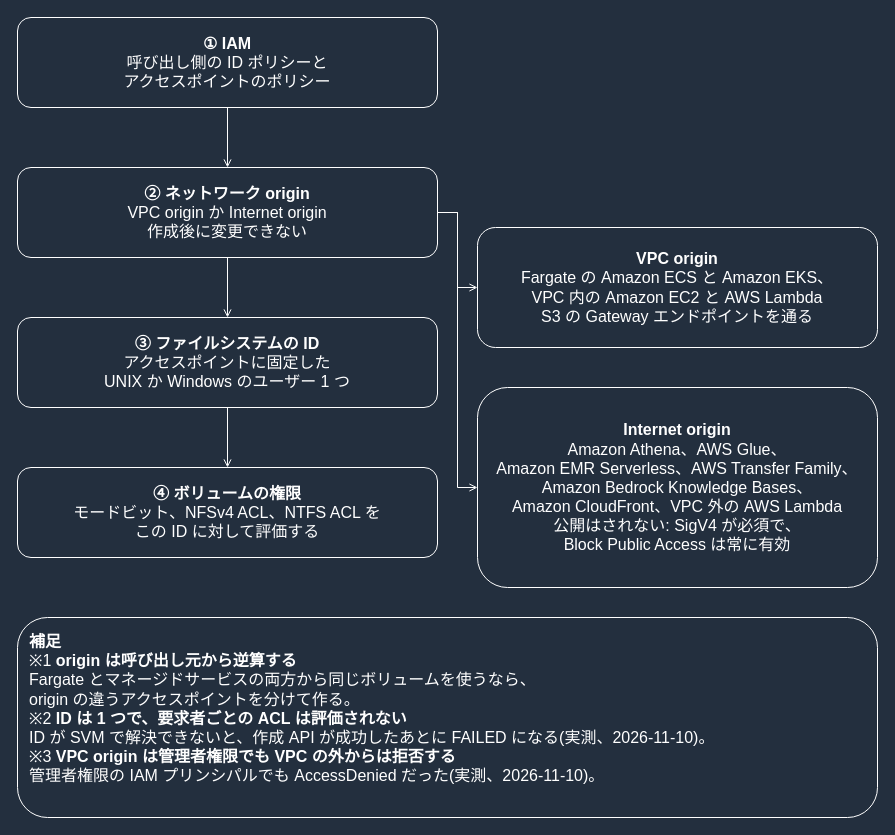
Earlier version of the draw.io diagram docs/_assets/diagrams/s3ap-request-path-dark.drawio (Yoshiki0705/FSx-for-ONTAP-Container-Datastore-Patterns). Source tidied: cells renumbered, new cells numbered last; positions are measured from the earlier drawing's top-left corner, leaving out a move shared by most shapes. Both pictures are drawn from the tidied source at 100%, with x=0, y=0 at pixel (17, 17).
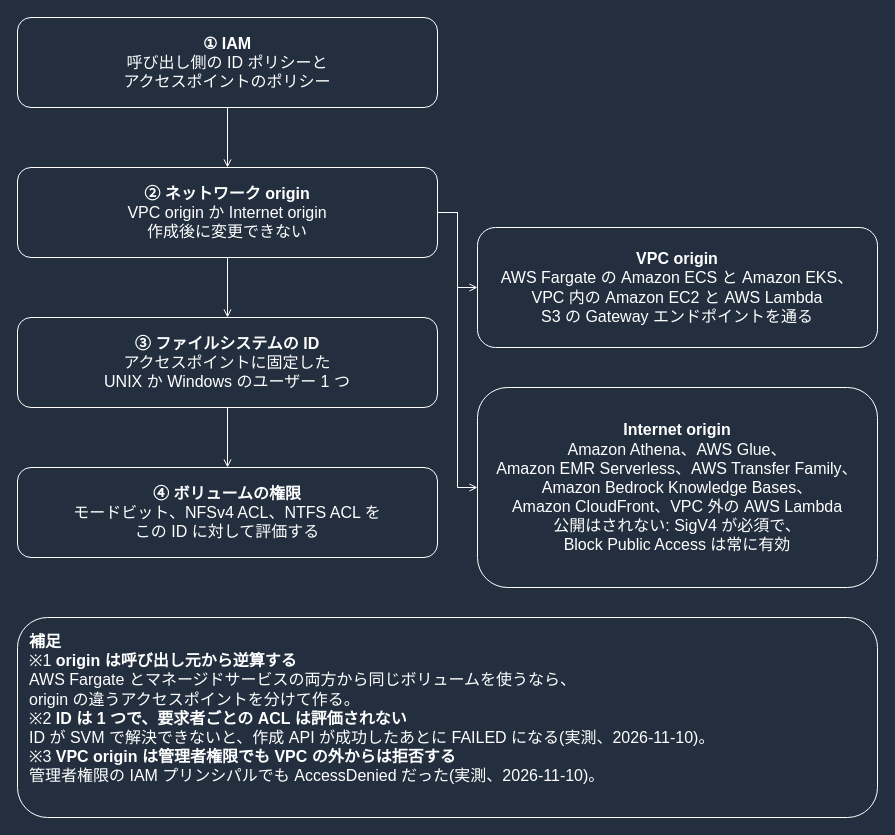
The same diagram, later.

The edit, as a diff of the source:
```diff
@@
 <mxGraphModel background="#232F3E">
   <root>
     <mxCell id="0" />
     <mxCell id="1" parent="0" />
     <mxCell id="2" style="edgeStyle=orthogonalEdgeStyle;rounded=0;html=1;endArrow=open;endFill=0;strokeColor=#FFFFFF;strokeWidth=1;fontSize=16;fontColor=#FFFFFF;labelBackgroundColor=#232F3E;exitX=0.5;exitY=1.0;exitDx=0;exitDy=0;entryX=0.5;entryY=0.0;entryDx=0;entryDy=0;" parent="1" edge="1" source="7" target="8">
       <mxGeometry relative="1" as="geometry" />
     </mxCell>
     <mxCell id="3" style="edgeStyle=orthogonalEdgeStyle;rounded=0;html=1;endArrow=open;endFill=0;strokeColor=#FFFFFF;strokeWidth=1;fontSize=16;fontColor=#FFFFFF;labelBackgroundColor=#232F3E;exitX=0.5;exitY=1.0;exitDx=0;exitDy=0;entryX=0.5;entryY=0.0;entryDx=0;entryDy=0;" parent="1" edge="1" source="8" target="9">
       <mxGeometry relative="1" as="geometry" />
     </mxCell>
     <mxCell id="4" style="edgeStyle=orthogonalEdgeStyle;rounded=0;html=1;endArrow=open;endFill=0;strokeColor=#FFFFFF;strokeWidth=1;fontSize=16;fontColor=#FFFFFF;labelBackgroundColor=#232F3E;exitX=0.5;exitY=1.0;exitDx=0;exitDy=0;entryX=0.5;entryY=0.0;entryDx=0;entryDy=0;" parent="1" edge="1" source="9" target="10">
       <mxGeometry relative="1" as="geometry" />
     </mxCell>
     <mxCell id="5" style="edgeStyle=orthogonalEdgeStyle;rounded=0;html=1;endArrow=open;endFill=0;strokeColor=#FFFFFF;strokeWidth=1;fontSize=16;fontColor=#FFFFFF;labelBackgroundColor=#232F3E;exitX=1.0;exitY=0.5;exitDx=0;exitDy=0;entryX=0.0;entryY=0.5;entryDx=0;entryDy=0;" parent="1" edge="1" source="8" target="11">
       <mxGeometry relative="1" as="geometry" />
     </mxCell>
     <mxCell id="6" style="edgeStyle=orthogonalEdgeStyle;rounded=0;html=1;endArrow=open;endFill=0;strokeColor=#FFFFFF;strokeWidth=1;fontSize=16;fontColor=#FFFFFF;labelBackgroundColor=#232F3E;exitX=1.0;exitY=0.5;exitDx=0;exitDy=0;entryX=0.0;entryY=0.5;entryDx=0;entryDy=0;" parent="1" edge="1" source="8" target="12">
       <mxGeometry relative="1" as="geometry" />
     </mxCell>
     <mxCell id="7" value="&lt;b&gt;① IAM&lt;/b&gt;&lt;br&gt;呼び出し側の ID ポリシーと&lt;br&gt;アクセスポイントのポリシー" style="rounded=1;whiteSpace=wrap;html=1;strokeColor=#FFFFFF;fillColor=none;fontColor=#FFFFFF;fontSize=16;verticalAlign=middle;align=center;" parent="1" vertex="1">
       <mxGeometry width="420" height="90" as="geometry" />
     </mxCell>
     <mxCell id="8" value="&lt;b&gt;② ネットワーク origin&lt;/b&gt;&lt;br&gt;VPC origin か Internet origin&lt;br&gt;作成後に変更できない" style="rounded=1;whiteSpace=wrap;html=1;strokeColor=#FFFFFF;fillColor=none;fontColor=#FFFFFF;fontSize=16;verticalAlign=middle;align=center;" parent="1" vertex="1">
       <mxGeometry y="150" width="420" height="90" as="geometry" />
     </mxCell>
     <mxCell id="9" value="&lt;b&gt;③ ファイルシステムの ID&lt;/b&gt;&lt;br&gt;アクセスポイントに固定した&lt;br&gt;UNIX か Windows のユーザー 1 つ" style="rounded=1;whiteSpace=wrap;html=1;strokeColor=#FFFFFF;fillColor=none;fontColor=#FFFFFF;fontSize=16;verticalAlign=middle;align=center;" parent="1" vertex="1">
       <mxGeometry y="300" width="420" height="90" as="geometry" />
     </mxCell>
     <mxCell id="10" value="&lt;b&gt;④ ボリュームの権限&lt;/b&gt;&lt;br&gt;モードビット、NFSv4 ACL、NTFS ACL を&lt;br&gt;この ID に対して評価する" style="rounded=1;whiteSpace=wrap;html=1;strokeColor=#FFFFFF;fillColor=none;fontColor=#FFFFFF;fontSize=16;verticalAlign=middle;align=center;" parent="1" vertex="1">
       <mxGeometry y="450" width="420" height="90" as="geometry" />
     </mxCell>
-    <mxCell id="11" value="&lt;b&gt;VPC origin&lt;/b&gt;&lt;br&gt;Fargate の Amazon ECS と Amazon EKS、&lt;br&gt;VPC 内の Amazon EC2 と AWS Lambda&lt;br&gt;S3 の Gateway エンドポイントを通る" style="rounded=1;whiteSpace=wrap;html=1;strokeColor=#FFFFFF;fillColor=none;fontColor=#FFFFFF;fontSize=16;verticalAlign=middle;align=center;" parent="1" vertex="1">
+    <mxCell id="11" value="&lt;b&gt;VPC origin&lt;/b&gt;&lt;br&gt;AWS Fargate の Amazon ECS と Amazon EKS、&lt;br&gt;VPC 内の Amazon EC2 と AWS Lambda&lt;br&gt;S3 の Gateway エンドポイントを通る" style="rounded=1;whiteSpace=wrap;html=1;strokeColor=#FFFFFF;fillColor=none;fontColor=#FFFFFF;fontSize=16;verticalAlign=middle;align=center;" parent="1" vertex="1">
       <mxGeometry x="460" y="210" width="400" height="120" as="geometry" />
     </mxCell>
     <mxCell id="12" value="&lt;b&gt;Internet origin&lt;/b&gt;&lt;br&gt;Amazon Athena、AWS Glue、&lt;br&gt;Amazon EMR Serverless、AWS Transfer Family、&lt;br&gt;Amazon Bedrock Knowledge Bases、&lt;br&gt;Amazon CloudFront、VPC 外の AWS Lambda&lt;br&gt;公開はされない: SigV4 が必須で、&lt;br&gt;Block Public Access は常に有効" style="rounded=1;whiteSpace=wrap;html=1;strokeColor=#FFFFFF;fillColor=none;fontColor=#FFFFFF;fontSize=16;verticalAlign=middle;align=center;" parent="1" vertex="1">
       <mxGeometry x="460" y="370" width="400" height="200" as="geometry" />
     </mxCell>
-    <mxCell id="13" value="&lt;b&gt;補足&lt;/b&gt;&lt;br&gt;※1 &lt;b&gt;origin は呼び出し元から逆算する&lt;/b&gt;&lt;br&gt;Fargate とマネージドサービスの両方から同じボリュームを使うなら、&lt;br&gt;origin の違うアクセスポイントを分けて作る。&lt;br&gt;※2 &lt;b&gt;ID は 1 つで、要求者ごとの ACL は評価されない&lt;/b&gt;&lt;br&gt;ID が SVM で解決できないと、作成 API が成功したあとに FAILED になる(実測、2026-11-10)。&lt;br&gt;※3 &lt;b&gt;VPC origin は管理者権限でも VPC の外からは拒否する&lt;/b&gt;&lt;br&gt;管理者権限の IAM プリンシパルでも AccessDenied だった(実測、2026-11-10)。" style="rounded=1;whiteSpace=wrap;html=1;strokeColor=#FFFFFF;fillColor=none;fontColor=#FFFFFF;fontSize=16;verticalAlign=top;align=left;spacingLeft=10;spacingRight=10;spacingTop=8;" parent="1" vertex="1">
+    <mxCell id="13" value="&lt;b&gt;補足&lt;/b&gt;&lt;br&gt;※1 &lt;b&gt;origin は呼び出し元から逆算する&lt;/b&gt;&lt;br&gt;AWS Fargate とマネージドサービスの両方から同じボリュームを使うなら、&lt;br&gt;origin の違うアクセスポイントを分けて作る。&lt;br&gt;※2 &lt;b&gt;ID は 1 つで、要求者ごとの ACL は評価されない&lt;/b&gt;&lt;br&gt;ID が SVM で解決できないと、作成 API が成功したあとに FAILED になる(実測、2026-11-10)。&lt;br&gt;※3 &lt;b&gt;VPC origin は管理者権限でも VPC の外からは拒否する&lt;/b&gt;&lt;br&gt;管理者権限の IAM プリンシパルでも AccessDenied だった(実測、2026-11-10)。" style="rounded=1;whiteSpace=wrap;html=1;strokeColor=#FFFFFF;fillColor=none;fontColor=#FFFFFF;fontSize=16;verticalAlign=top;align=left;spacingLeft=10;spacingRight=10;spacingTop=8;" parent="1" vertex="1">
       <mxGeometry y="600" width="860" height="200" as="geometry" />
     </mxCell>
   </root>
 </mxGraphModel>
```
